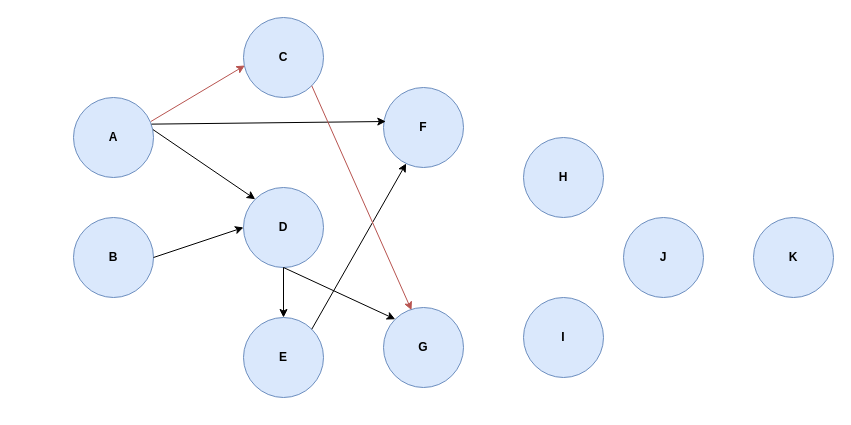
The draw.io diagram CPMChart.drawio in pranavn35/ProjectDiagrams, before the edit. Source tidied: cells renumbered, new cells numbered last; positions are measured from the earlier drawing's top-left corner, leaving out a move shared by most shapes. Both pictures are drawn from the tidied source at 100%, with x=0, y=0 at pixel (73, 17).
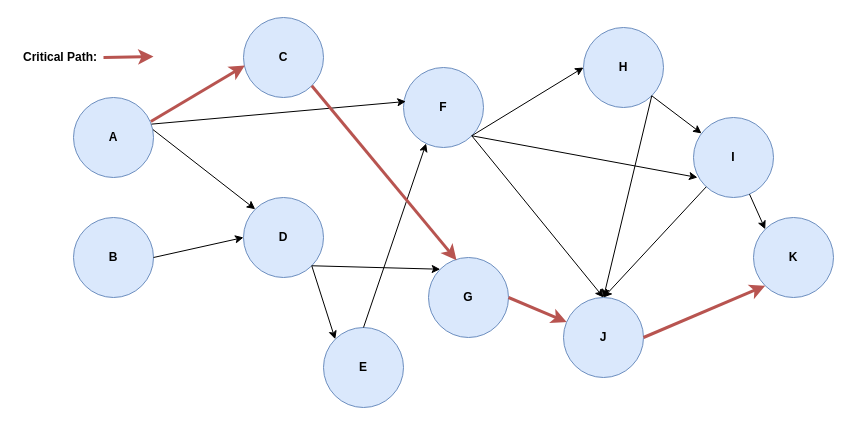
The same diagram, later.

The change refers to these unchanged cells:
```xml
<mxCell id="2" value="&lt;b&gt;A&lt;/b&gt;" style="ellipse;whiteSpace=wrap;html=1;fillColor=#dae8fc;strokeColor=#6c8ebf;" parent="1" vertex="1">
  <mxGeometry y="80" width="80" height="80" as="geometry" />
</mxCell>
<mxCell id="4" value="&lt;b&gt;C&lt;/b&gt;" style="ellipse;whiteSpace=wrap;html=1;fillColor=#dae8fc;strokeColor=#6c8ebf;" parent="1" vertex="1">
  <mxGeometry x="170" width="80" height="80" as="geometry" />
</mxCell>
<mxCell id="12" value="&lt;b&gt;K&lt;/b&gt;" style="ellipse;whiteSpace=wrap;html=1;fillColor=#dae8fc;strokeColor=#6c8ebf;" parent="1" vertex="1">
  <mxGeometry x="680" y="200" width="80" height="80" as="geometry" />
</mxCell>
```

What changed in the source:
```diff
@@
     <mxCell id="5" value="&lt;b&gt;E&lt;/b&gt;" style="ellipse;whiteSpace=wrap;html=1;fillColor=#dae8fc;strokeColor=#6c8ebf;" parent="1" vertex="1">
-      <mxGeometry x="170" y="300" width="80" height="80" as="geometry" />
+      <mxGeometry x="250" y="310" width="80" height="80" as="geometry" />
     </mxCell>
     <mxCell id="6" value="&lt;b&gt;D&lt;/b&gt;" style="ellipse;whiteSpace=wrap;html=1;fillColor=#dae8fc;strokeColor=#6c8ebf;" parent="1" vertex="1">
-      <mxGeometry x="170" y="170" width="80" height="80" as="geometry" />
+      <mxGeometry x="170" y="180" width="80" height="80" as="geometry" />
     </mxCell>
     <mxCell id="7" value="&lt;b&gt;F&lt;/b&gt;" style="ellipse;whiteSpace=wrap;html=1;fillColor=#dae8fc;strokeColor=#6c8ebf;" parent="1" vertex="1">
-      <mxGeometry x="310" y="70" width="80" height="80" as="geometry" />
+      <mxGeometry x="330" y="50" width="80" height="80" as="geometry" />
     </mxCell>
     <mxCell id="8" value="&lt;b&gt;G&lt;/b&gt;" style="ellipse;whiteSpace=wrap;html=1;fillColor=#dae8fc;strokeColor=#6c8ebf;" parent="1" vertex="1">
-      <mxGeometry x="310" y="290" width="80" height="80" as="geometry" />
+      <mxGeometry x="355" y="240" width="80" height="80" as="geometry" />
     </mxCell>
     <mxCell id="9" value="&lt;b&gt;H&lt;/b&gt;" style="ellipse;whiteSpace=wrap;html=1;fillColor=#dae8fc;strokeColor=#6c8ebf;" parent="1" vertex="1">
-      <mxGeometry x="450" y="120" width="80" height="80" as="geometry" />
+      <mxGeometry x="510" y="10" width="80" height="80" as="geometry" />
     </mxCell>
-    <mxCell id="10" value="&lt;b&gt;I&lt;/b&gt;" style="ellipse;whiteSpace=wrap;html=1;fillColor=#dae8fc;strokeColor=#6c8ebf;" parent="1" vertex="1">
-      <mxGeometry x="450" y="280" width="80" height="80" as="geometry" />
+    <mxCell id="10" value="&lt;b&gt;J&lt;/b&gt;" style="ellipse;whiteSpace=wrap;html=1;fillColor=#dae8fc;strokeColor=#6c8ebf;" parent="1" vertex="1">
+      <mxGeometry x="490" y="280" width="80" height="80" as="geometry" />
     </mxCell>
-    <mxCell id="11" value="&lt;b&gt;J&lt;/b&gt;" style="ellipse;whiteSpace=wrap;html=1;fillColor=#dae8fc;strokeColor=#6c8ebf;" parent="1" vertex="1">
-      <mxGeometry x="550" y="200" width="80" height="80" as="geometry" />
+    <mxCell id="11" value="&lt;b&gt;I&lt;/b&gt;" style="ellipse;whiteSpace=wrap;html=1;fillColor=#dae8fc;strokeColor=#6c8ebf;" parent="1" vertex="1">
+      <mxGeometry x="620" y="100" width="80" height="80" as="geometry" />
     </mxCell>
@@
-    <mxCell id="13" style="endArrow=classic;html=1;rounded=0;exitX=0.967;exitY=0.3;exitDx=0;exitDy=0;exitPerimeter=0;entryX=0.017;entryY=0.6;entryDx=0;entryDy=0;entryPerimeter=0;fillColor=#f8cecc;strokeColor=#b85450;" parent="1" edge="1" source="2" target="4">
+    <mxCell id="13" style="endArrow=classic;html=1;rounded=0;exitX=0.967;exitY=0.3;exitDx=0;exitDy=0;exitPerimeter=0;entryX=0.017;entryY=0.6;entryDx=0;entryDy=0;entryPerimeter=0;fillColor=#f8cecc;strokeColor=#b85450;strokeWidth=3;" parent="1" edge="1" source="2" target="4">
       <mxGeometry relative="1" as="geometry" />
     </mxCell>
@@
-    <mxCell id="17" style="endArrow=classic;html=1;rounded=0;exitX=0.5;exitY=1;exitDx=0;exitDy=0;" parent="1" edge="1" source="6" target="5">
+    <mxCell id="17" style="endArrow=classic;html=1;rounded=0;exitX=1;exitY=1;exitDx=0;exitDy=0;entryX=0;entryY=0;entryDx=0;entryDy=0;" parent="1" edge="1" source="6" target="5">
       <mxGeometry relative="1" as="geometry" />
     </mxCell>
-    <mxCell id="18" style="endArrow=classic;html=1;rounded=0;entryX=0;entryY=0;entryDx=0;entryDy=0;exitX=0.5;exitY=1;exitDx=0;exitDy=0;" parent="1" edge="1" source="6" target="8">
+    <mxCell id="18" style="endArrow=classic;html=1;rounded=0;entryX=0;entryY=0;entryDx=0;entryDy=0;exitX=1;exitY=1;exitDx=0;exitDy=0;" parent="1" edge="1" source="6" target="8">
       <mxGeometry relative="1" as="geometry" />
     </mxCell>
-    <mxCell id="19" style="endArrow=classic;html=1;rounded=0;entryX=0.283;entryY=0.95;entryDx=0;entryDy=0;entryPerimeter=0;exitX=1;exitY=0;exitDx=0;exitDy=0;" parent="1" edge="1" source="5" target="7">
+    <mxCell id="19" style="endArrow=classic;html=1;rounded=0;entryX=0.283;entryY=0.95;entryDx=0;entryDy=0;entryPerimeter=0;exitX=0.5;exitY=0;exitDx=0;exitDy=0;" parent="1" edge="1" source="5" target="7">
       <mxGeometry relative="1" as="geometry" />
     </mxCell>
-    <mxCell id="20" style="endArrow=classic;html=1;rounded=0;exitX=1;exitY=1;exitDx=0;exitDy=0;entryX=0.35;entryY=0.033;entryDx=0;entryDy=0;entryPerimeter=0;fillColor=#f8cecc;strokeColor=#b85450;" parent="1" edge="1" source="4" target="8">
+    <mxCell id="20" style="endArrow=classic;html=1;rounded=0;exitX=1;exitY=1;exitDx=0;exitDy=0;entryX=0.35;entryY=0.033;entryDx=0;entryDy=0;entryPerimeter=0;fillColor=#f8cecc;strokeColor=#b85450;strokeWidth=3;" parent="1" edge="1" source="4" target="8">
       <mxGeometry relative="1" as="geometry" />
     </mxCell>
+    <mxCell id="21" style="endArrow=classic;html=1;rounded=0;entryX=0;entryY=0.5;entryDx=0;entryDy=0;exitX=1;exitY=1;exitDx=0;exitDy=0;" parent="1" edge="1" source="7" target="9">
+      <mxGeometry relative="1" as="geometry" />
+    </mxCell>
+    <mxCell id="22" style="endArrow=classic;html=1;rounded=0;exitX=1;exitY=1;exitDx=0;exitDy=0;entryX=0.5;entryY=0;entryDx=0;entryDy=0;" parent="1" edge="1" source="7" target="10">
+      <mxGeometry relative="1" as="geometry" />
+    </mxCell>
+    <mxCell id="23" style="endArrow=classic;html=1;rounded=0;entryX=0.05;entryY=0.75;entryDx=0;entryDy=0;exitX=1;exitY=1;exitDx=0;exitDy=0;entryPerimeter=0;" parent="1" edge="1" source="7" target="11">
+      <mxGeometry relative="1" as="geometry" />
+    </mxCell>
+    <mxCell id="24" style="endArrow=classic;html=1;rounded=0;exitX=1;exitY=0.5;exitDx=0;exitDy=0;fillColor=#f8cecc;strokeColor=#b85450;strokeWidth=3;" parent="1" edge="1" source="8" target="10">
+      <mxGeometry relative="1" as="geometry" />
+    </mxCell>
+    <mxCell id="25" style="endArrow=classic;html=1;rounded=0;exitX=1;exitY=1;exitDx=0;exitDy=0;" parent="1" edge="1" source="9" target="11">
+      <mxGeometry relative="1" as="geometry" />
+    </mxCell>
+    <mxCell id="26" style="endArrow=classic;html=1;rounded=0;entryX=0.5;entryY=0;entryDx=0;entryDy=0;exitX=1;exitY=1;exitDx=0;exitDy=0;" parent="1" edge="1" source="9" target="10">
+      <mxGeometry relative="1" as="geometry" />
+    </mxCell>
+    <mxCell id="27" style="endArrow=classic;html=1;rounded=0;entryX=0.5;entryY=0;entryDx=0;entryDy=0;" parent="1" edge="1" source="11" target="10">
+      <mxGeometry relative="1" as="geometry" />
+    </mxCell>
+    <mxCell id="28" style="endArrow=classic;html=1;rounded=0;entryX=0;entryY=0;entryDx=0;entryDy=0;" parent="1" edge="1" source="11" target="12">
+      <mxGeometry relative="1" as="geometry" />
+    </mxCell>
+    <mxCell id="29" style="endArrow=classic;html=1;rounded=0;exitX=1;exitY=0.5;exitDx=0;exitDy=0;fillColor=#f8cecc;strokeColor=#b85450;entryX=0;entryY=1;entryDx=0;entryDy=0;strokeWidth=3;" parent="1" edge="1" source="10" target="12">
+      <mxGeometry relative="1" as="geometry" />
+    </mxCell>
+    <mxCell id="30" style="endArrow=classic;html=1;rounded=0;fillColor=#f8cecc;strokeColor=#b85450;strokeWidth=3;exitX=1;exitY=0.5;exitDx=0;exitDy=0;" parent="1" edge="1" source="31">
+      <mxGeometry relative="1" as="geometry">
+        <mxPoint x="80" y="39" as="targetPoint" />
+      </mxGeometry>
+    </mxCell>
+    <mxCell id="31" value="&lt;b&gt;Critical Path:&lt;/b&gt;" style="text;html=1;strokeColor=none;fillColor=none;align=center;verticalAlign=middle;whiteSpace=wrap;rounded=0;" parent="1" vertex="1">
+      <mxGeometry x="-56" y="30" width="86" height="20" as="geometry" />
+    </mxCell>
```
